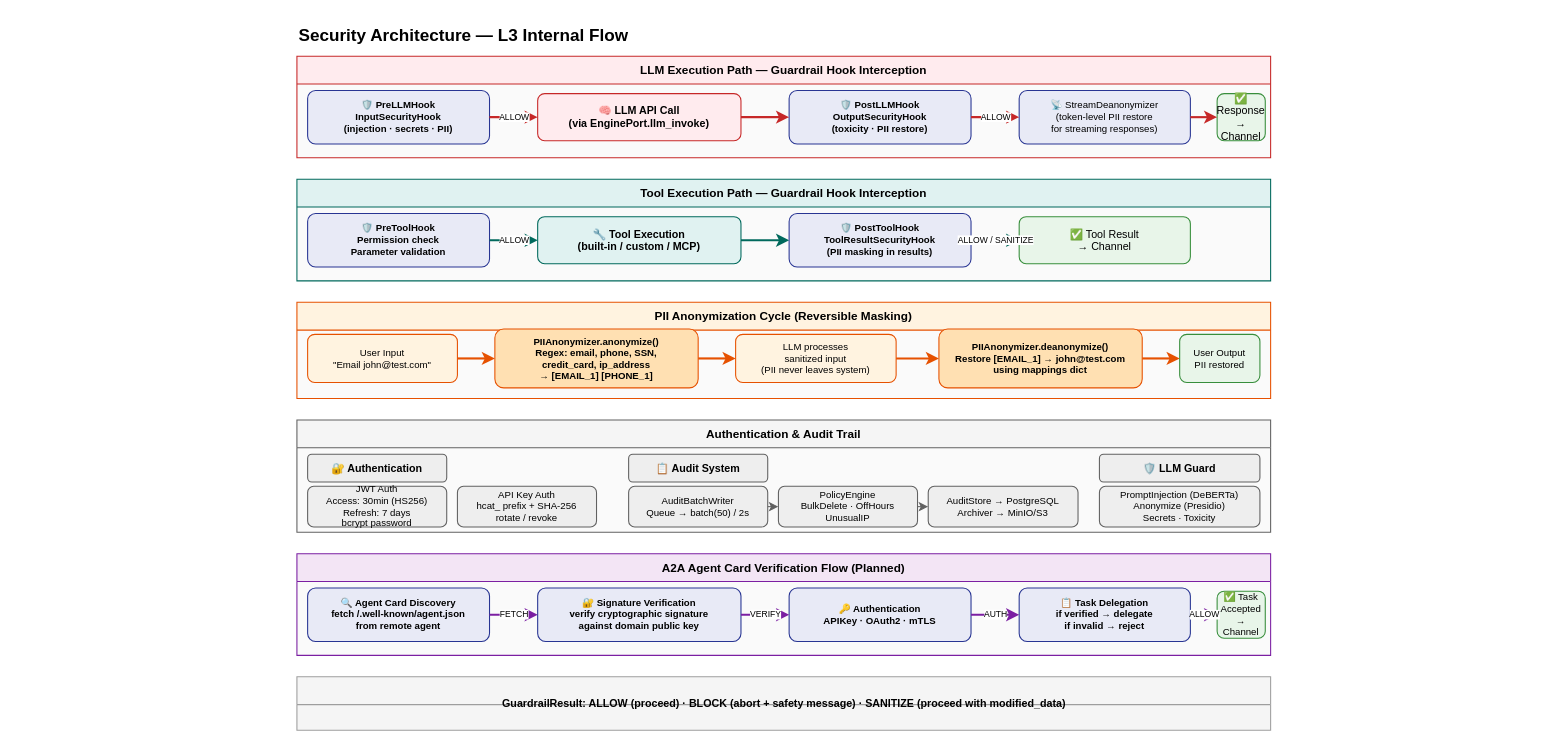
xueyufish/hecate keeps this draw.io diagram as docs/design/hardware/security-l3.drawio. Above is the earlier version. Source tidied: cells renumbered, new cells numbered last; positions are measured from the earlier drawing's top-left corner, leaving out a move shared by most shapes. Both pictures are drawn from the tidied source at 107%, with x=0, y=0 at pixel (296, 18).
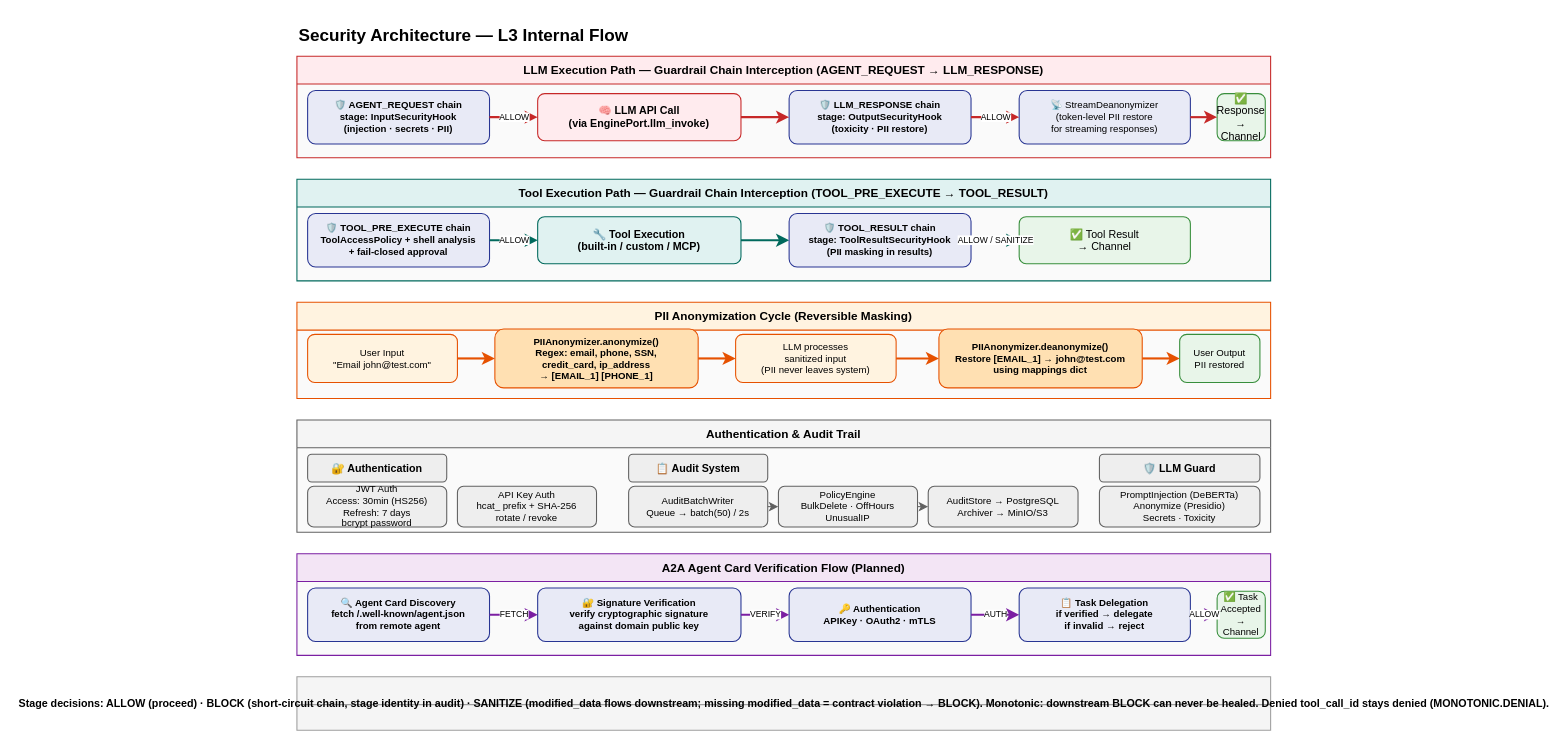
The same diagram, later.

Unchanged cells that the change refers to:
```xml
<mxCell id="53" style="swimlane;startSize=26;fillColor=#F5F5F5;strokeColor=#9E9E9E;fontSize=11;fontStyle=1;swimlaneFillColor=#F5F5F5;" parent="1" vertex="1">
  <mxGeometry y="615" width="910" height="50" as="geometry" />
</mxCell>
```

What changed in the source:
```diff
@@
-    <mxCell id="3" value="LLM Execution Path — Guardrail Hook Interception" style="swimlane;startSize=26;fillColor=#FFEBEE;strokeColor=#C62828;fontSize=11;fontStyle=1;swimlaneFillColor=#FAFAFA;" parent="1" vertex="1">
+    <mxCell id="3" value="LLM Execution Path — Guardrail Chain Interception (AGENT_REQUEST → LLM_RESPONSE)" style="swimlane;startSize=26;fillColor=#FFEBEE;strokeColor=#C62828;fontSize=11;fontStyle=1;swimlaneFillColor=#FAFAFA;" parent="1" vertex="1">
       <mxGeometry y="35" width="910" height="95" as="geometry" />
     </mxCell>
-    <mxCell id="4" value="🛡️ PreLLMHook&#10;InputSecurityHook&#10;(injection · secrets · PII)" style="rounded=1;whiteSpace=wrap;html=1;fillColor=#E8EAF6;strokeColor=#283593;fontSize=9;fontStyle=1;" parent="3" vertex="1">
+    <mxCell id="4" value="🛡️ AGENT_REQUEST chain&#10;stage: InputSecurityHook&#10;(injection · secrets · PII)" style="rounded=1;whiteSpace=wrap;html=1;fillColor=#E8EAF6;strokeColor=#283593;fontSize=9;fontStyle=1;" parent="3" vertex="1">
       <mxGeometry x="10" y="32" width="170" height="50" as="geometry" />
     </mxCell>
@@
-    <mxCell id="6" value="🛡️ PostLLMHook&#10;OutputSecurityHook&#10;(toxicity · PII restore)" style="rounded=1;whiteSpace=wrap;html=1;fillColor=#E8EAF6;strokeColor=#283593;fontSize=9;fontStyle=1;" parent="3" vertex="1">
+    <mxCell id="6" value="🛡️ LLM_RESPONSE chain&#10;stage: OutputSecurityHook&#10;(toxicity · PII restore)" style="rounded=1;whiteSpace=wrap;html=1;fillColor=#E8EAF6;strokeColor=#283593;fontSize=9;fontStyle=1;" parent="3" vertex="1">
       <mxGeometry x="460" y="32" width="170" height="50" as="geometry" />
     </mxCell>
@@
-    <mxCell id="13" value="Tool Execution Path — Guardrail Hook Interception" style="swimlane;startSize=26;fillColor=#E0F2F1;strokeColor=#00695C;fontSize=11;fontStyle=1;swimlaneFillColor=#FAFAFA;" parent="1" vertex="1">
+    <mxCell id="13" value="Tool Execution Path — Guardrail Chain Interception (TOOL_PRE_EXECUTE → TOOL_RESULT)" style="swimlane;startSize=26;fillColor=#E0F2F1;strokeColor=#00695C;fontSize=11;fontStyle=1;swimlaneFillColor=#FAFAFA;" parent="1" vertex="1">
       <mxGeometry y="150" width="910" height="95" as="geometry" />
     </mxCell>
-    <mxCell id="14" value="🛡️ PreToolHook&#10;Permission check&#10;Parameter validation" style="rounded=1;whiteSpace=wrap;html=1;fillColor=#E8EAF6;strokeColor=#283593;fontSize=9;fontStyle=1;" parent="13" vertex="1">
+    <mxCell id="14" value="🛡️ TOOL_PRE_EXECUTE chain&#10;ToolAccessPolicy + shell analysis&#10;+ fail-closed approval" style="rounded=1;whiteSpace=wrap;html=1;fillColor=#E8EAF6;strokeColor=#283593;fontSize=9;fontStyle=1;" parent="13" vertex="1">
       <mxGeometry x="10" y="32" width="170" height="50" as="geometry" />
     </mxCell>
@@
-    <mxCell id="16" value="🛡️ PostToolHook&#10;ToolResultSecurityHook&#10;(PII masking in results)" style="rounded=1;whiteSpace=wrap;html=1;fillColor=#E8EAF6;strokeColor=#283593;fontSize=9;fontStyle=1;" parent="13" vertex="1">
+    <mxCell id="16" value="🛡️ TOOL_RESULT chain&#10;stage: ToolResultSecurityHook&#10;(PII masking in results)" style="rounded=1;whiteSpace=wrap;html=1;fillColor=#E8EAF6;strokeColor=#283593;fontSize=9;fontStyle=1;" parent="13" vertex="1">
       <mxGeometry x="460" y="32" width="170" height="50" as="geometry" />
     </mxCell>
@@
-    <mxCell id="54" value="GuardrailResult:  ALLOW (proceed)  ·  BLOCK (abort + safety message)  ·  SANITIZE (proceed with modified_data)" style="text;html=1;fontSize=10;fontStyle=1;align=center;verticalAlign=middle;fillColor=none;strokeColor=none;" parent="53" vertex="1">
+    <mxCell id="54" value="Stage decisions:  ALLOW (proceed)  ·  BLOCK (short-circuit chain, stage identity in audit)  ·  SANITIZE (modified_data flows downstream; missing modified_data = contract violation → BLOCK).  Monotonic: downstream BLOCK can never be healed.  Denied tool_call_id stays denied (MONOTONIC.DENIAL)." style="text;html=1;fontSize=10;fontStyle=1;align=center;verticalAlign=middle;fillColor=none;strokeColor=none;" parent="53" vertex="1">
       <mxGeometry x="100" y="5" width="710" height="40" as="geometry" />
     </mxCell>
```
